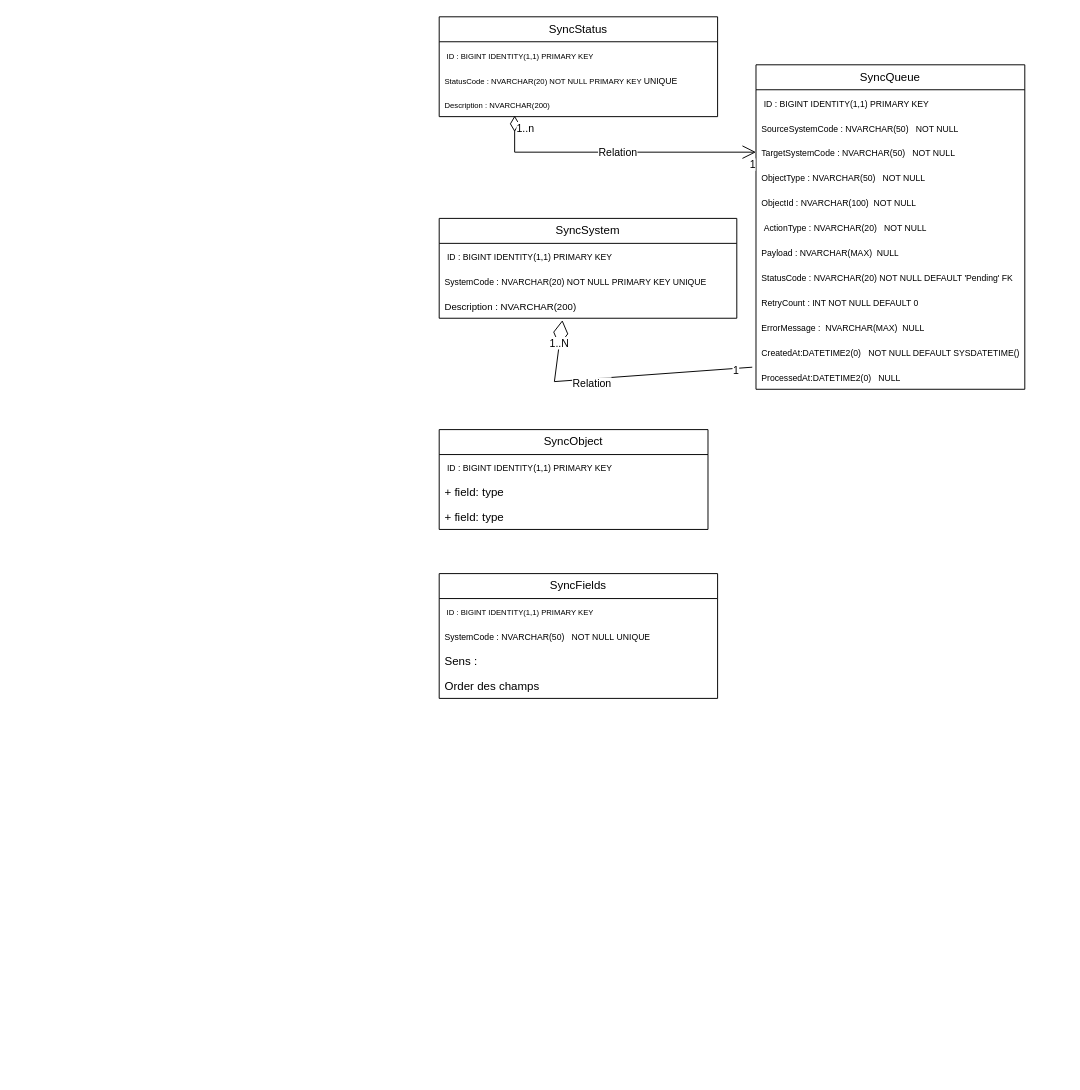
Above: UML.drawio in antoineQualtech/Synchronizer (draw.io), before the change. Source tidied: cells renumbered, new cells numbered last; positions are measured from the earlier drawing's top-left corner, leaving out a move shared by most shapes. Both pictures are drawn from the tidied source at 96%, with x=0, y=0 at pixel (439, 16).
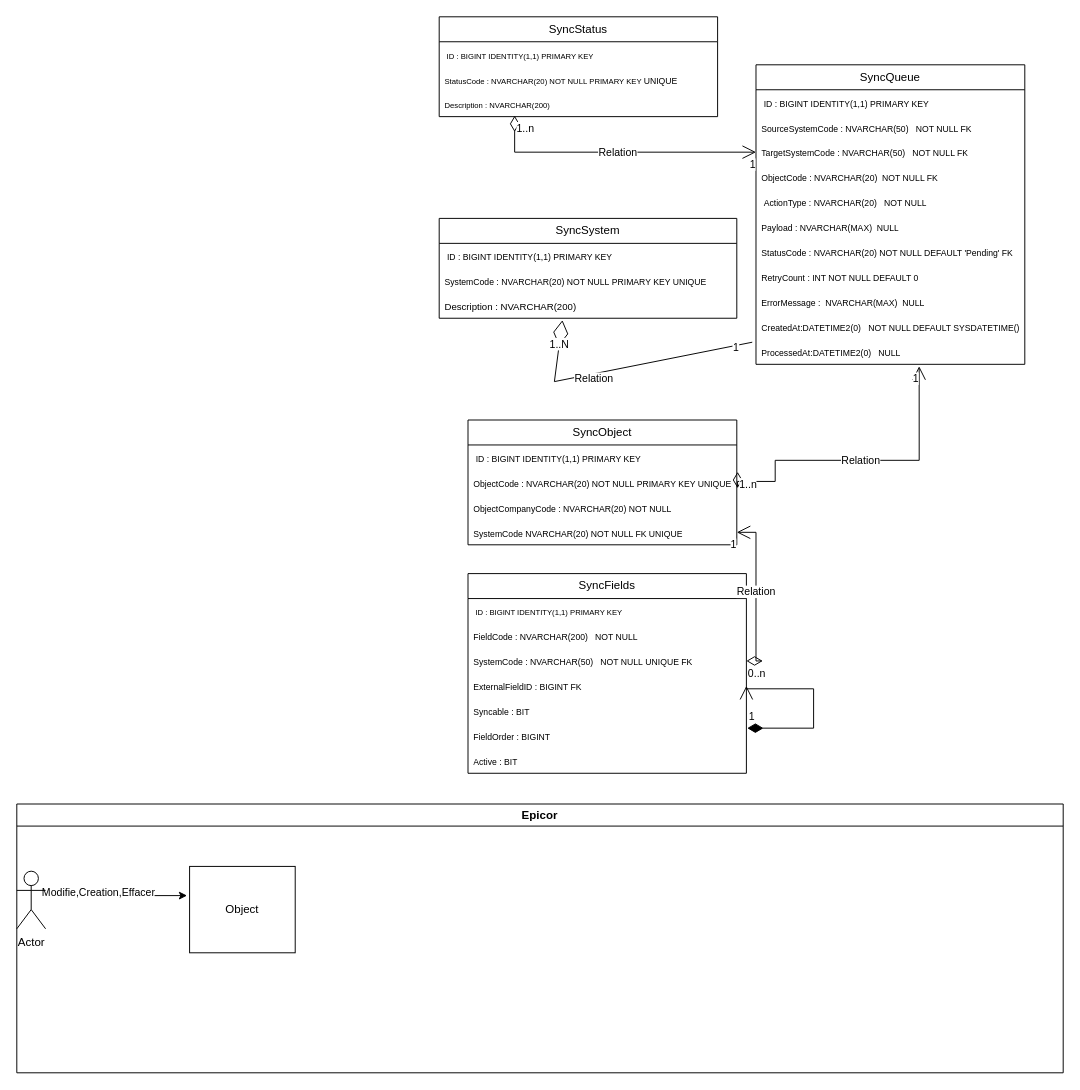
After the change.

Commit message (it also covers changes not shown here):
Mettre à jour UML.drawio

Change to the diagram source:
```diff
@@
     <mxCell id="2" value="&lt;span&gt;SyncQueue&lt;/span&gt;" style="swimlane;fontStyle=0;horizontal=1;startSize=26;fillColor=none;whiteSpace=wrap;html=1;" parent="1" vertex="1">
-      <mxGeometry x="330" y="50" width="280" height="338" as="geometry" />
+      <mxGeometry x="330" y="50" width="280" height="312" as="geometry" />
     </mxCell>
@@
-    <mxCell id="4" value="&lt;span&gt;&lt;font style=&quot;font-size: 9px;&quot;&gt;SourceSystemCode : NVARCHAR(50)&amp;nbsp;&amp;nbsp; NOT NULL&lt;/font&gt;&lt;/span&gt;" style="text;strokeColor=none;fillColor=none;align=left;verticalAlign=top;spacingLeft=4;spacingRight=4;overflow=hidden;whiteSpace=wrap;html=1;" parent="2" vertex="1">
+    <mxCell id="4" value="&lt;span&gt;&lt;font style=&quot;font-size: 9px;&quot;&gt;SourceSystemCode : NVARCHAR(50)&amp;nbsp;&amp;nbsp; NOT NULL FK&lt;/font&gt;&lt;/span&gt;" style="text;strokeColor=none;fillColor=none;align=left;verticalAlign=top;spacingLeft=4;spacingRight=4;overflow=hidden;whiteSpace=wrap;html=1;" parent="2" vertex="1">
       <mxGeometry y="52" width="280" height="26" as="geometry" />
     </mxCell>
-    <mxCell id="5" value="&lt;span&gt;&lt;font style=&quot;font-size: 9px;&quot;&gt;TargetSystemCode : NVARCHAR(50)&amp;nbsp;&amp;nbsp; NOT NULL&lt;/font&gt;&lt;/span&gt;" style="text;strokeColor=none;fillColor=none;align=left;verticalAlign=top;spacingLeft=4;spacingRight=4;overflow=hidden;points=[[0,0.5],[1,0.5]];portConstraint=eastwest;whiteSpace=wrap;html=1;" parent="2" vertex="1">
+    <mxCell id="5" value="&lt;span&gt;&lt;font style=&quot;font-size: 9px;&quot;&gt;TargetSystemCode : NVARCHAR(50)&amp;nbsp;&amp;nbsp; NOT NULL FK&lt;/font&gt;&lt;/span&gt;" style="text;strokeColor=none;fillColor=none;align=left;verticalAlign=top;spacingLeft=4;spacingRight=4;overflow=hidden;points=[[0,0.5],[1,0.5]];portConstraint=eastwest;whiteSpace=wrap;html=1;" parent="2" vertex="1">
       <mxGeometry y="78" width="280" height="26" as="geometry" />
     </mxCell>
-    <mxCell id="6" value="&lt;span&gt;&lt;font style=&quot;font-size: 9px;&quot;&gt;ObjectType : NVARCHAR(50)&amp;nbsp;&amp;nbsp; NOT NULL&lt;/font&gt;&lt;/span&gt;" style="text;strokeColor=none;fillColor=none;align=left;verticalAlign=top;spacingLeft=4;spacingRight=4;overflow=hidden;whiteSpace=wrap;html=1;" parent="2" vertex="1">
-      <mxGeometry y="104" width="280" height="26" as="geometry" />
-    </mxCell>
-    <mxCell id="7" value="&lt;span&gt;&lt;font style=&quot;font-size: 9px;&quot;&gt;ObjectId : NVARCHAR(100)&amp;nbsp; NOT NULL&lt;/font&gt;&lt;/span&gt;" style="text;strokeColor=none;fillColor=none;align=left;verticalAlign=top;spacingLeft=4;spacingRight=4;overflow=hidden;whiteSpace=wrap;html=1;" parent="2" vertex="1">
-      <mxGeometry y="130" width="280" height="26" as="geometry" />
+    <mxCell id="7" value="&lt;span&gt;&lt;font style=&quot;font-size: 9px;&quot;&gt;ObjectCode : NVARCHAR(20)&amp;nbsp; NOT NULL FK&lt;/font&gt;&lt;/span&gt;" style="text;strokeColor=none;fillColor=none;align=left;verticalAlign=top;spacingLeft=4;spacingRight=4;overflow=hidden;whiteSpace=wrap;html=1;" parent="2" vertex="1">
+      <mxGeometry y="104" width="280" height="26" as="geometry" />
     </mxCell>
     <mxCell id="8" value="&lt;span&gt;&lt;font style=&quot;font-size: 9px;&quot;&gt;&amp;nbsp;ActionType : NVARCHAR(20)&amp;nbsp;&amp;nbsp; NOT NULL&lt;/font&gt;&lt;/span&gt;" style="text;strokeColor=none;fillColor=none;align=left;verticalAlign=top;spacingLeft=4;spacingRight=4;overflow=hidden;whiteSpace=wrap;html=1;" parent="2" vertex="1">
-      <mxGeometry y="156" width="280" height="26" as="geometry" />
+      <mxGeometry y="130" width="280" height="26" as="geometry" />
     </mxCell>
     <mxCell id="9" value="&lt;span&gt;&lt;font style=&quot;font-size: 9px;&quot;&gt;Payload : NVARCHAR(MAX)&amp;nbsp; NULL&lt;/font&gt;&lt;/span&gt;" style="text;strokeColor=none;fillColor=none;align=left;verticalAlign=top;spacingLeft=4;spacingRight=4;overflow=hidden;whiteSpace=wrap;html=1;" parent="2" vertex="1">
-      <mxGeometry y="182" width="280" height="26" as="geometry" />
+      <mxGeometry y="156" width="280" height="26" as="geometry" />
     </mxCell>
     <mxCell id="10" value="&lt;span&gt;&lt;font style=&quot;font-size: 9px;&quot;&gt;StatusCode : NVARCHAR(20) NOT NULL DEFAULT 'Pending' FK&lt;/font&gt;&lt;/span&gt;" style="text;strokeColor=none;fillColor=none;align=left;verticalAlign=top;spacingLeft=4;spacingRight=4;overflow=hidden;whiteSpace=wrap;html=1;" parent="2" vertex="1">
-      <mxGeometry y="208" width="280" height="26" as="geometry" />
+      <mxGeometry y="182" width="280" height="26" as="geometry" />
     </mxCell>
     <mxCell id="11" value="&lt;span&gt;&lt;font style=&quot;font-size: 9px;&quot;&gt;RetryCount : INT NOT NULL DEFAULT 0&lt;/font&gt;&lt;/span&gt;" style="text;strokeColor=none;fillColor=none;align=left;verticalAlign=top;spacingLeft=4;spacingRight=4;overflow=hidden;whiteSpace=wrap;html=1;" parent="2" vertex="1">
-      <mxGeometry y="234" width="280" height="26" as="geometry" />
+      <mxGeometry y="208" width="280" height="26" as="geometry" />
     </mxCell>
     <mxCell id="12" value="&lt;span&gt;&lt;font style=&quot;font-size: 9px;&quot;&gt;ErrorMessage :&amp;nbsp; NVARCHAR(MAX)&amp;nbsp; NULL&lt;/font&gt;&lt;/span&gt;" style="text;strokeColor=none;fillColor=none;align=left;verticalAlign=top;spacingLeft=4;spacingRight=4;overflow=hidden;whiteSpace=wrap;html=1;" parent="2" vertex="1">
-      <mxGeometry y="260" width="280" height="26" as="geometry" />
+      <mxGeometry y="234" width="280" height="26" as="geometry" />
     </mxCell>
     <mxCell id="13" value="&lt;span&gt;&lt;font style=&quot;font-size: 9px;&quot;&gt;CreatedAt:DATETIME2(0)&amp;nbsp;&amp;nbsp; NOT NULL DEFAULT SYSDATETIME()&lt;/font&gt;&lt;/span&gt;" style="text;strokeColor=none;fillColor=none;align=left;verticalAlign=top;spacingLeft=4;spacingRight=4;overflow=hidden;points=[[0,0.5],[1,0.5]];portConstraint=eastwest;whiteSpace=wrap;html=1;" parent="2" vertex="1">
-      <mxGeometry y="286" width="280" height="26" as="geometry" />
+      <mxGeometry y="260" width="280" height="26" as="geometry" />
     </mxCell>
     <mxCell id="14" value="&lt;span&gt;&lt;font style=&quot;font-size: 9px;&quot;&gt;ProcessedAt:DATETIME2(0)&amp;nbsp;&amp;nbsp; NULL&lt;/font&gt;&lt;/span&gt;" style="text;strokeColor=none;fillColor=none;align=left;verticalAlign=top;spacingLeft=4;spacingRight=4;overflow=hidden;points=[[0,0.5],[1,0.5]];portConstraint=eastwest;whiteSpace=wrap;html=1;" parent="2" vertex="1">
-      <mxGeometry y="312" width="280" height="26" as="geometry" />
+      <mxGeometry y="286" width="280" height="26" as="geometry" />
     </mxCell>
@@
     <mxCell id="22" value="SyncFields" style="swimlane;fontStyle=0;horizontal=1;startSize=26;fillColor=none;whiteSpace=wrap;html=1;" parent="1" vertex="1">
-      <mxGeometry y="580" width="290" height="130" as="geometry" />
+      <mxGeometry x="30" y="580" width="290" height="208" as="geometry" />
     </mxCell>
@@
+    <mxCell id="39" value="&lt;font style=&quot;font-size: 9px;&quot;&gt;FieldCode : NVARCHAR(200)&amp;nbsp;&amp;nbsp; NOT NULL&amp;nbsp;&lt;/font&gt;" style="text;strokeColor=none;fillColor=none;align=left;verticalAlign=top;spacingLeft=4;spacingRight=4;overflow=hidden;whiteSpace=wrap;html=1;" parent="22" vertex="1">
+      <mxGeometry y="52" width="290" height="26" as="geometry" />
+    </mxCell>
-    <mxCell id="24" value="&lt;span style=&quot;font-size: 9px;&quot;&gt;SystemCode : NVARCHAR(50)&amp;nbsp;&amp;nbsp; NOT NULL&amp;nbsp;&lt;/span&gt;&lt;span style=&quot;font-size: 9px;&quot;&gt;UNIQUE&lt;/span&gt;" style="text;strokeColor=none;fillColor=none;align=left;verticalAlign=top;spacingLeft=4;spacingRight=4;overflow=hidden;points=[[0,0.5],[1,0.5]];portConstraint=eastwest;whiteSpace=wrap;html=1;" parent="22" vertex="1">
-      <mxGeometry y="52" width="290" height="26" as="geometry" />
+    <mxCell id="24" value="&lt;span style=&quot;font-size: 9px;&quot;&gt;SystemCode : NVARCHAR(50)&amp;nbsp;&amp;nbsp; NOT NULL&amp;nbsp;&lt;/span&gt;&lt;span style=&quot;font-size: 9px;&quot;&gt;UNIQUE FK&lt;/span&gt;" style="text;strokeColor=none;fillColor=none;align=left;verticalAlign=top;spacingLeft=4;spacingRight=4;overflow=hidden;points=[[0,0.5],[1,0.5]];portConstraint=eastwest;whiteSpace=wrap;html=1;" parent="22" vertex="1">
+      <mxGeometry y="78" width="290" height="26" as="geometry" />
     </mxCell>
-    <mxCell id="25" value="Sens :&amp;nbsp;" style="text;strokeColor=none;fillColor=none;align=left;verticalAlign=top;spacingLeft=4;spacingRight=4;overflow=hidden;whiteSpace=wrap;html=1;" parent="22" vertex="1">
-      <mxGeometry y="78" width="290" height="26" as="geometry" />
-    </mxCell>
+    <mxCell id="40" value="&lt;font style=&quot;font-size: 9px;&quot;&gt;ExternalFieldID :&amp;nbsp;BIGINT FK&lt;/font&gt;" style="text;strokeColor=none;fillColor=none;align=left;verticalAlign=top;spacingLeft=4;spacingRight=4;overflow=hidden;points=[[0,0.5],[1,0.5]];portConstraint=eastwest;whiteSpace=wrap;html=1;" parent="22" vertex="1">
+      <mxGeometry y="104" width="290" height="26" as="geometry" />
+    </mxCell>
+    <mxCell id="41" value="&lt;font style=&quot;font-size: 9px;&quot;&gt;Syncable : BIT&lt;/font&gt;" style="text;strokeColor=none;fillColor=none;align=left;verticalAlign=top;spacingLeft=4;spacingRight=4;overflow=hidden;whiteSpace=wrap;html=1;" parent="22" vertex="1">
+      <mxGeometry y="130" width="290" height="26" as="geometry" />
+    </mxCell>
-    <mxCell id="26" value="Order des champs" style="text;strokeColor=none;fillColor=none;align=left;verticalAlign=top;spacingLeft=4;spacingRight=4;overflow=hidden;points=[[0,0.5],[1,0.5]];portConstraint=eastwest;whiteSpace=wrap;html=1;" parent="22" vertex="1">
-      <mxGeometry y="104" width="290" height="26" as="geometry" />
+    <mxCell id="26" value="&lt;font style=&quot;font-size: 9px;&quot;&gt;FieldOrder :&amp;nbsp;BIGINT&amp;nbsp;&lt;/font&gt;" style="text;strokeColor=none;fillColor=none;align=left;verticalAlign=top;spacingLeft=4;spacingRight=4;overflow=hidden;points=[[0,0.5],[1,0.5]];portConstraint=eastwest;whiteSpace=wrap;html=1;" parent="22" vertex="1">
+      <mxGeometry y="156" width="290" height="26" as="geometry" />
     </mxCell>
+    <mxCell id="42" value="1" style="endArrow=open;html=1;endSize=12;startArrow=diamondThin;startSize=14;startFill=1;edgeStyle=orthogonalEdgeStyle;align=left;verticalAlign=bottom;rounded=0;exitX=1.003;exitY=0.192;exitDx=0;exitDy=0;exitPerimeter=0;entryX=1;entryY=0.5;entryDx=0;entryDy=0;" parent="22" edge="1" source="26" target="40">
+      <mxGeometry x="-1" y="3" relative="1" as="geometry">
+        <Array as="points">
+          <mxPoint x="360" y="161" />
+          <mxPoint x="360" y="120" />
+          <mxPoint x="290" y="120" />
+        </Array>
+      </mxGeometry>
+    </mxCell>
+    <mxCell id="43" value="&lt;font style=&quot;font-size: 9px;&quot;&gt;Active : BIT&lt;/font&gt;" style="text;strokeColor=none;fillColor=none;align=left;verticalAlign=top;spacingLeft=4;spacingRight=4;overflow=hidden;whiteSpace=wrap;html=1;" parent="22" vertex="1">
+      <mxGeometry y="182" width="290" height="26" as="geometry" />
+    </mxCell>
@@
     <mxCell id="35" value="SyncObject" style="swimlane;fontStyle=0;horizontal=1;startSize=26;fillColor=none;whiteSpace=wrap;html=1;" parent="1" vertex="1">
-      <mxGeometry y="430" width="280" height="104" as="geometry" />
+      <mxGeometry x="30" y="420" width="280" height="130" as="geometry" />
     </mxCell>
@@
-    <mxCell id="37" value="+ field: type" style="text;strokeColor=none;fillColor=none;align=left;verticalAlign=top;spacingLeft=4;spacingRight=4;overflow=hidden;points=[[0,0.5],[1,0.5]];portConstraint=eastwest;whiteSpace=wrap;html=1;" parent="35" vertex="1">
+    <mxCell id="37" value="&lt;font style=&quot;font-size: 9px;&quot;&gt;ObjectCode&amp;nbsp;&lt;font style=&quot;&quot;&gt;: NVARCHAR(20) NOT NULL&amp;nbsp;&lt;/font&gt;PRIMARY KEY UNIQUE&lt;/font&gt;" style="text;strokeColor=none;fillColor=none;align=left;verticalAlign=top;spacingLeft=4;spacingRight=4;overflow=hidden;points=[[0,0.5],[1,0.5]];portConstraint=eastwest;whiteSpace=wrap;html=1;" parent="35" vertex="1">
       <mxGeometry y="52" width="280" height="26" as="geometry" />
     </mxCell>
-    <mxCell id="38" value="+ field: type" style="text;strokeColor=none;fillColor=none;align=left;verticalAlign=top;spacingLeft=4;spacingRight=4;overflow=hidden;whiteSpace=wrap;html=1;" parent="35" vertex="1">
+    <mxCell id="38" value="&lt;font style=&quot;font-size: 9px;&quot;&gt;ObjectCompanyCode&amp;nbsp;&lt;font style=&quot;&quot;&gt;: NVARCHAR(20) NOT NULL&amp;nbsp;&lt;/font&gt;&lt;/font&gt;" style="text;strokeColor=none;fillColor=none;align=left;verticalAlign=top;spacingLeft=4;spacingRight=4;overflow=hidden;whiteSpace=wrap;html=1;" parent="35" vertex="1">
       <mxGeometry y="78" width="280" height="26" as="geometry" />
     </mxCell>
+    <mxCell id="44" value="&lt;font style=&quot;font-size: 9px;&quot;&gt;SystemCode&amp;nbsp;&lt;font style=&quot;&quot;&gt;NVARCHAR(20) NOT NULL FK&lt;/font&gt;&amp;nbsp;UNIQUE&lt;/font&gt;" style="text;strokeColor=none;fillColor=none;align=left;verticalAlign=top;spacingLeft=4;spacingRight=4;overflow=hidden;points=[[0,0.5],[1,0.5]];portConstraint=eastwest;whiteSpace=wrap;html=1;" parent="35" vertex="1">
+      <mxGeometry y="104" width="280" height="26" as="geometry" />
+    </mxCell>
+    <mxCell id="45" value="Relation" style="endArrow=open;html=1;endSize=12;startArrow=diamondThin;startSize=14;startFill=0;edgeStyle=orthogonalEdgeStyle;rounded=0;exitX=1.003;exitY=0.077;exitDx=0;exitDy=0;exitPerimeter=0;entryX=0.607;entryY=1.077;entryDx=0;entryDy=0;entryPerimeter=0;" parent="1" edge="1" source="37" target="14">
+      <mxGeometry relative="1" as="geometry">
+        <Array as="points">
+          <mxPoint x="350" y="484" />
+          <mxPoint x="350" y="462" />
+          <mxPoint x="500" y="462" />
+        </Array>
+      </mxGeometry>
+    </mxCell>
+    <mxCell id="46" value="1..n" style="edgeLabel;html=1;align=left;verticalAlign=top;" parent="45" vertex="1">
+      <mxGeometry x="-1" relative="1" as="geometry" />
+    </mxCell>
+    <mxCell id="47" value="1" style="edgeLabel;html=1;align=right;verticalAlign=top;" parent="45" vertex="1">
+      <mxGeometry x="1" relative="1" as="geometry" />
+    </mxCell>
+    <mxCell id="48" value="Relation" style="endArrow=open;html=1;endSize=12;startArrow=diamondThin;startSize=14;startFill=0;edgeStyle=orthogonalEdgeStyle;rounded=0;entryX=1;entryY=0.5;entryDx=0;entryDy=0;exitX=1;exitY=0.5;exitDx=0;exitDy=0;" parent="1" edge="1" source="24" target="44">
+      <mxGeometry relative="1" as="geometry" />
+    </mxCell>
+    <mxCell id="49" value="0..n" style="edgeLabel;html=1;align=left;verticalAlign=top;" parent="48" vertex="1">
+      <mxGeometry x="-1" relative="1" as="geometry" />
+    </mxCell>
+    <mxCell id="50" value="1" style="edgeLabel;html=1;align=right;verticalAlign=top;" parent="48" vertex="1">
+      <mxGeometry x="1" relative="1" as="geometry" />
+    </mxCell>
+    <mxCell id="51" value="Epicor" style="swimlane;whiteSpace=wrap;html=1;" parent="1" vertex="1">
+      <mxGeometry x="-440" y="820" width="1090" height="280" as="geometry" />
+    </mxCell>
+    <mxCell id="52" value="Object" style="html=1;whiteSpace=wrap;" parent="51" vertex="1">
+      <mxGeometry x="180" y="65" width="110" height="90" as="geometry" />
+    </mxCell>
+    <mxCell id="53" style="edgeStyle=orthogonalEdgeStyle;rounded=0;jettySize=auto;html=1;exitX=1;exitY=0.3333333333333333;exitDx=0;exitDy=0;exitPerimeter=0;entryX=-0.024;entryY=0.338;entryDx=0;entryDy=0;entryPerimeter=0;" parent="51" edge="1" source="55" target="52">
+      <mxGeometry relative="1" as="geometry" />
+    </mxCell>
+    <mxCell id="54" value="Modifie,Creation,Effacer" style="edgeLabel;html=1;align=center;verticalAlign=middle;" parent="53" vertex="1">
+      <mxGeometry x="-0.29" y="-1" relative="1" as="geometry" />
+    </mxCell>
+    <mxCell id="55" value="Actor" style="shape=umlActor;verticalLabelPosition=bottom;verticalAlign=top;html=1;" parent="51" vertex="1">
+      <mxGeometry y="70" width="30" height="60" as="geometry" />
+    </mxCell>
```
